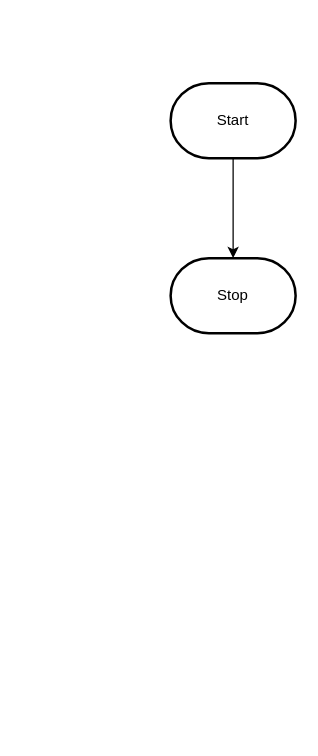
MTHS-TEJ2O-1-2023/TEJ2O-Unit-5-06-michael-bruneau keeps this draw.io diagram as design/flowchart.drawio. Above is the earlier version. Source tidied: cells renumbered, new cells numbered last; positions are measured from the earlier drawing's top-left corner, leaving out a move shared by most shapes. Both pictures are drawn from the tidied source at 125%, with x=0, y=0 at pixel (170, 82).
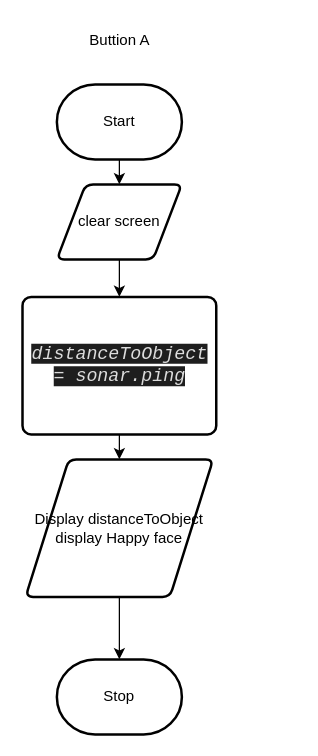
The same diagram, later.

The edit, as a diff of the source:
```diff
@@
 <mxGraphModel>
   <root>
     <mxCell id="0" />
     <mxCell id="1" parent="0" />
-    <mxCell id="2" style="edgeStyle=orthogonalEdgeStyle;html=1;rounded=0;" parent="1" edge="1" source="3" target="4">
-      <mxGeometry relative="1" as="geometry" />
-    </mxCell>
+    <mxCell id="5" style="edgeStyle=none;html=1;exitX=0.5;exitY=1;exitDx=0;exitDy=0;exitPerimeter=0;" parent="1" edge="1" source="3" target="9">
+      <mxGeometry relative="1" as="geometry" />
+    </mxCell>
     <mxCell id="3" value="Start" style="strokeWidth=2;html=1;shape=mxgraph.flowchart.terminator;whiteSpace=wrap;" parent="1" vertex="1">
-      <mxGeometry width="100" height="60" as="geometry" />
+      <mxGeometry x="-91" y="1" width="100" height="60" as="geometry" />
     </mxCell>
     <mxCell id="4" value="Stop" style="strokeWidth=2;html=1;shape=mxgraph.flowchart.terminator;whiteSpace=wrap;" parent="1" vertex="1">
-      <mxGeometry y="140" width="100" height="60" as="geometry" />
+      <mxGeometry x="-91" y="461" width="100" height="60" as="geometry" />
     </mxCell>
+    <mxCell id="2" value="Buttion A" style="text;html=1;align=center;verticalAlign=middle;strokeColor=none;fillColor=none;" parent="1" vertex="1">
+      <mxGeometry x="-76" y="-49" width="70" height="30" as="geometry" />
+    </mxCell>
+    <mxCell id="6" style="edgeStyle=none;html=1;exitX=0.5;exitY=1;exitDx=0;exitDy=0;" parent="1" edge="1" source="7" target="11">
+      <mxGeometry relative="1" as="geometry" />
+    </mxCell>
+    <mxCell id="7" value="&lt;span id=&quot;docs-internal-guid-941c325d-7fff-232c-e805-147acf76bbff&quot;&gt;&lt;span style=&quot;font-size: 11pt; font-family: Consolas, sans-serif; color: rgb(220, 220, 220); background-color: rgb(30, 30, 30); font-style: italic; font-variant-numeric: normal; font-variant-east-asian: normal; font-variant-alternates: normal; font-variant-position: normal; vertical-align: baseline;&quot;&gt;distanceToObject = sonar.ping&lt;/span&gt;&lt;/span&gt;" style="rounded=1;whiteSpace=wrap;html=1;absoluteArcSize=1;arcSize=14;strokeWidth=2;" parent="1" vertex="1">
+      <mxGeometry x="-118.5" y="171" width="155" height="110" as="geometry" />
+    </mxCell>
+    <mxCell id="8" style="edgeStyle=none;html=1;exitX=0.5;exitY=1;exitDx=0;exitDy=0;entryX=0.5;entryY=0;entryDx=0;entryDy=0;" parent="1" edge="1" source="9" target="7">
+      <mxGeometry relative="1" as="geometry" />
+    </mxCell>
+    <mxCell id="9" value="clear screen" style="shape=parallelogram;html=1;strokeWidth=2;perimeter=parallelogramPerimeter;whiteSpace=wrap;rounded=1;arcSize=12;size=0.23;" parent="1" vertex="1">
+      <mxGeometry x="-91" y="81" width="100" height="60" as="geometry" />
+    </mxCell>
+    <mxCell id="10" style="edgeStyle=none;html=1;exitX=0.5;exitY=1;exitDx=0;exitDy=0;" parent="1" edge="1" source="11" target="4">
+      <mxGeometry relative="1" as="geometry" />
+    </mxCell>
+    <mxCell id="11" value="Display distanceToObject&lt;br&gt;display Happy face" style="shape=parallelogram;html=1;strokeWidth=2;perimeter=parallelogramPerimeter;whiteSpace=wrap;rounded=1;arcSize=12;size=0.23;" parent="1" vertex="1">
+      <mxGeometry x="-116" y="301" width="150" height="110" as="geometry" />
+    </mxCell>
   </root>
 </mxGraphModel>
```
